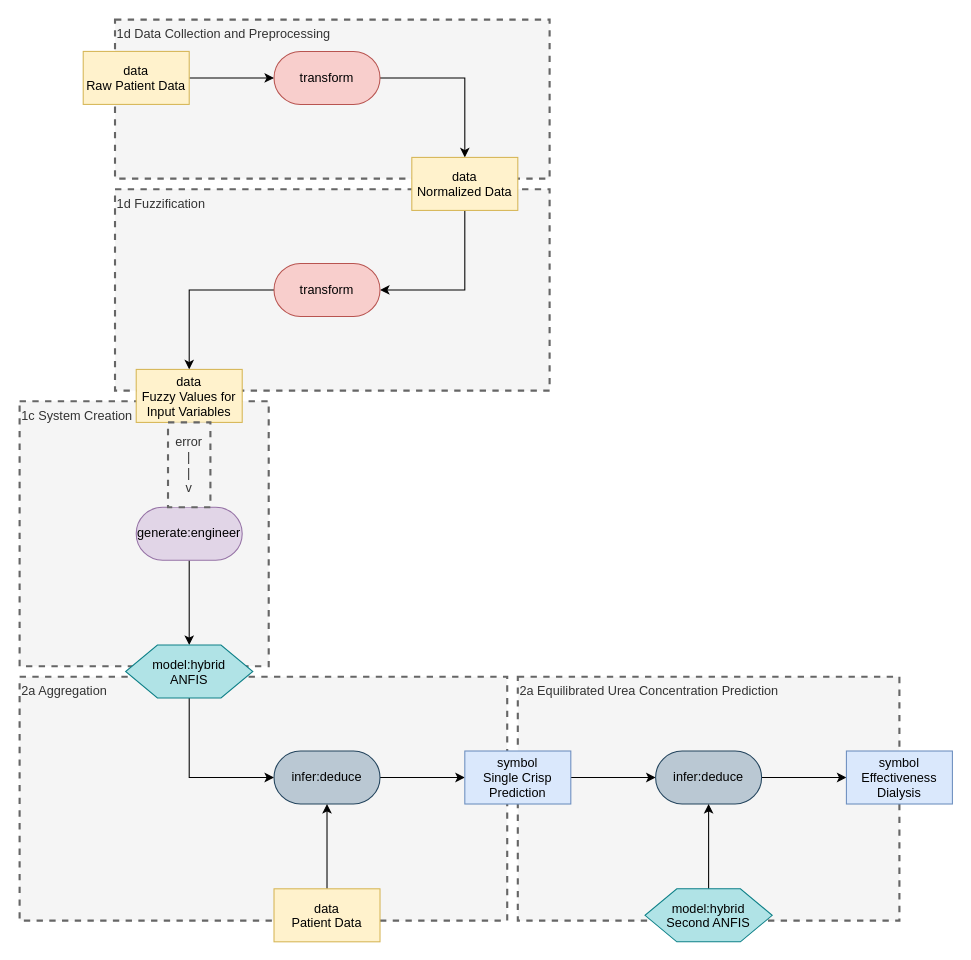
Earlier version of the draw.io diagram page "Page-1" (1 of 2) of medical patterns to boxologies/Rules Embedded in ML architecture (REML)/Adaptive network based on fuzzy inference system for equilibrated urea concentration prediction.drawio (zonnesmit/thesis). Source tidied: cells renumbered, new cells numbered last; positions are measured from the earlier drawing's top-left corner, leaving out a move shared by most shapes. Both pictures are drawn from the tidied source at 106%, with x=0, y=0 at pixel (19, 19).
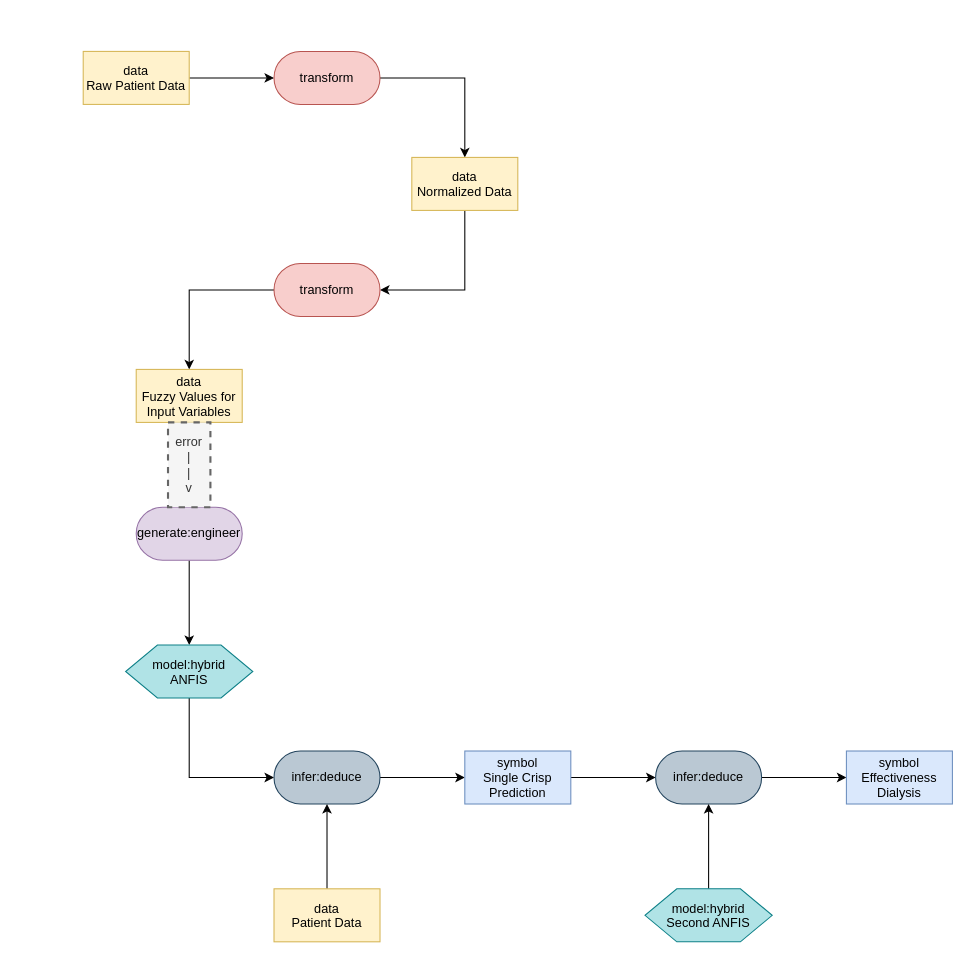
Above is the later version.

Diff of the diagram source:
```diff
@@
-    <mxCell id="2" value="2a Equilibrated Urea Concentration Prediction" style="text;html=1;align=left;verticalAlign=top;whiteSpace=wrap;rounded=0;dashed=1;fillColor=#f5f5f5;fontColor=#333333;strokeColor=#666666;strokeWidth=2;" parent="1" vertex="1">
-      <mxGeometry x="470" y="620" width="360" height="230" as="geometry" />
-    </mxCell>
-    <mxCell id="3" value="2a Aggregation" style="text;html=1;align=left;verticalAlign=top;whiteSpace=wrap;rounded=0;dashed=1;fillColor=#f5f5f5;fontColor=#333333;strokeColor=#666666;strokeWidth=2;" parent="1" vertex="1">
-      <mxGeometry y="620" width="460" height="230" as="geometry" />
-    </mxCell>
-    <mxCell id="4" value="1c System Creation" style="text;html=1;align=left;verticalAlign=top;whiteSpace=wrap;rounded=0;dashed=1;fillColor=#f5f5f5;fontColor=#333333;strokeColor=#666666;strokeWidth=2;" parent="1" vertex="1">
-      <mxGeometry y="360" width="235" height="250" as="geometry" />
-    </mxCell>
-    <mxCell id="5" value="1d Fuzzification" style="text;html=1;align=left;verticalAlign=top;whiteSpace=wrap;rounded=0;dashed=1;fillColor=#f5f5f5;fontColor=#333333;strokeColor=#666666;strokeWidth=2;" parent="1" vertex="1">
-      <mxGeometry x="90" y="160" width="410" height="190" as="geometry" />
-    </mxCell>
-    <mxCell id="6" value="1d Data Collection and Preprocessing" style="text;html=1;align=left;verticalAlign=top;whiteSpace=wrap;rounded=0;dashed=1;fillColor=#f5f5f5;fontColor=#333333;strokeColor=#666666;strokeWidth=2;" parent="1" vertex="1">
-      <mxGeometry x="90" width="410" height="150" as="geometry" />
-    </mxCell>
```
